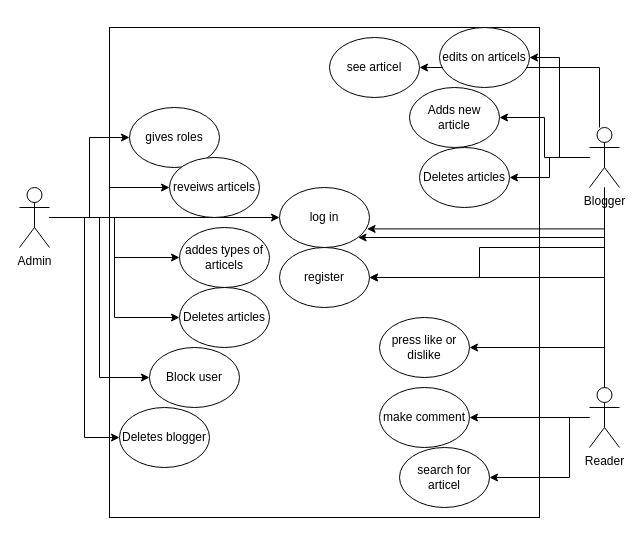
This is UML/Untitled Diagram.drawio from KhaledAlhelwane/articel, a draw.io file, before an edit. Source tidied: cells renumbered, new cells numbered last; positions are measured from the earlier drawing's top-left corner, leaving out a move shared by most shapes. Both pictures are drawn from the tidied source at 100%, with x=0, y=0 at pixel (19, 27).
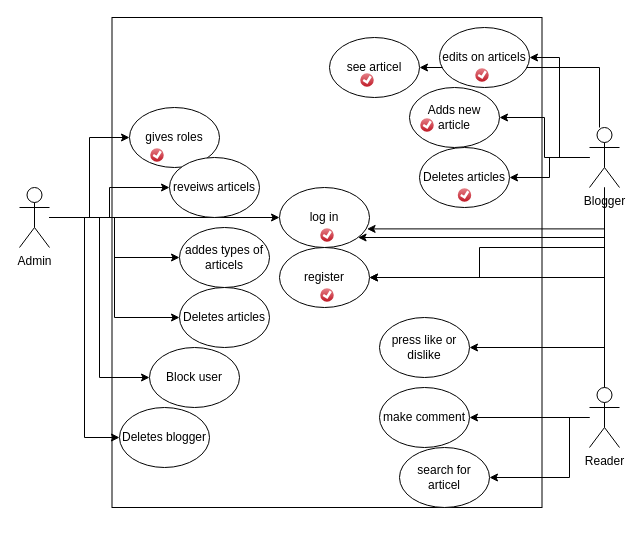
The same page after the edit.

What changed in the source:
```diff
@@
     <mxCell id="2" style="rounded=0;whiteSpace=wrap;html=1;" parent="1" vertex="1">
-      <mxGeometry x="90" width="430" height="490" as="geometry" />
+      <mxGeometry x="92.5" y="-10" width="430" height="490" as="geometry" />
     </mxCell>
@@
+    <mxCell id="39" style="verticalLabelPosition=bottom;verticalAlign=top;html=1;shadow=0;dashed=0;strokeWidth=1;shape=mxgraph.ios.iCheckIcon;fillColor=#e8878E;fillColor2=#BD1421;strokeColor=#ffffff;sketch=0;" parent="1" vertex="1">
+      <mxGeometry x="300" y="200" width="15" height="15" as="geometry" />
+    </mxCell>
+    <mxCell id="40" style="verticalLabelPosition=bottom;verticalAlign=top;html=1;shadow=0;dashed=0;strokeWidth=1;shape=mxgraph.ios.iCheckIcon;fillColor=#e8878E;fillColor2=#BD1421;strokeColor=#ffffff;sketch=0;" parent="1" vertex="1">
+      <mxGeometry x="300" y="260" width="15" height="15" as="geometry" />
+    </mxCell>
+    <mxCell id="41" style="verticalLabelPosition=bottom;verticalAlign=top;html=1;shadow=0;dashed=0;strokeWidth=1;shape=mxgraph.ios.iCheckIcon;fillColor=#e8878E;fillColor2=#BD1421;strokeColor=#ffffff;sketch=0;" parent="1" vertex="1">
+      <mxGeometry x="437.5" y="160" width="15" height="15" as="geometry" />
+    </mxCell>
+    <mxCell id="42" style="verticalLabelPosition=bottom;verticalAlign=top;html=1;shadow=0;dashed=0;strokeWidth=1;shape=mxgraph.ios.iCheckIcon;fillColor=#e8878E;fillColor2=#BD1421;strokeColor=#ffffff;sketch=0;" parent="1" vertex="1">
+      <mxGeometry x="400" y="90" width="15" height="15" as="geometry" />
+    </mxCell>
+    <mxCell id="43" style="verticalLabelPosition=bottom;verticalAlign=top;html=1;shadow=0;dashed=0;strokeWidth=1;shape=mxgraph.ios.iCheckIcon;fillColor=#e8878E;fillColor2=#BD1421;strokeColor=#ffffff;sketch=0;" parent="1" vertex="1">
+      <mxGeometry x="455" y="40" width="15" height="15" as="geometry" />
+    </mxCell>
+    <mxCell id="44" style="verticalLabelPosition=bottom;verticalAlign=top;html=1;shadow=0;dashed=0;strokeWidth=1;shape=mxgraph.ios.iCheckIcon;fillColor=#e8878E;fillColor2=#BD1421;strokeColor=#ffffff;sketch=0;" parent="1" vertex="1">
+      <mxGeometry x="340" y="45" width="15" height="15" as="geometry" />
+    </mxCell>
+    <mxCell id="45" style="verticalLabelPosition=bottom;verticalAlign=top;html=1;shadow=0;dashed=0;strokeWidth=1;shape=mxgraph.ios.iCheckIcon;fillColor=#e8878E;fillColor2=#BD1421;strokeColor=#ffffff;sketch=0;" parent="1" vertex="1">
+      <mxGeometry x="130" y="120" width="15" height="15" as="geometry" />
+    </mxCell>
```
